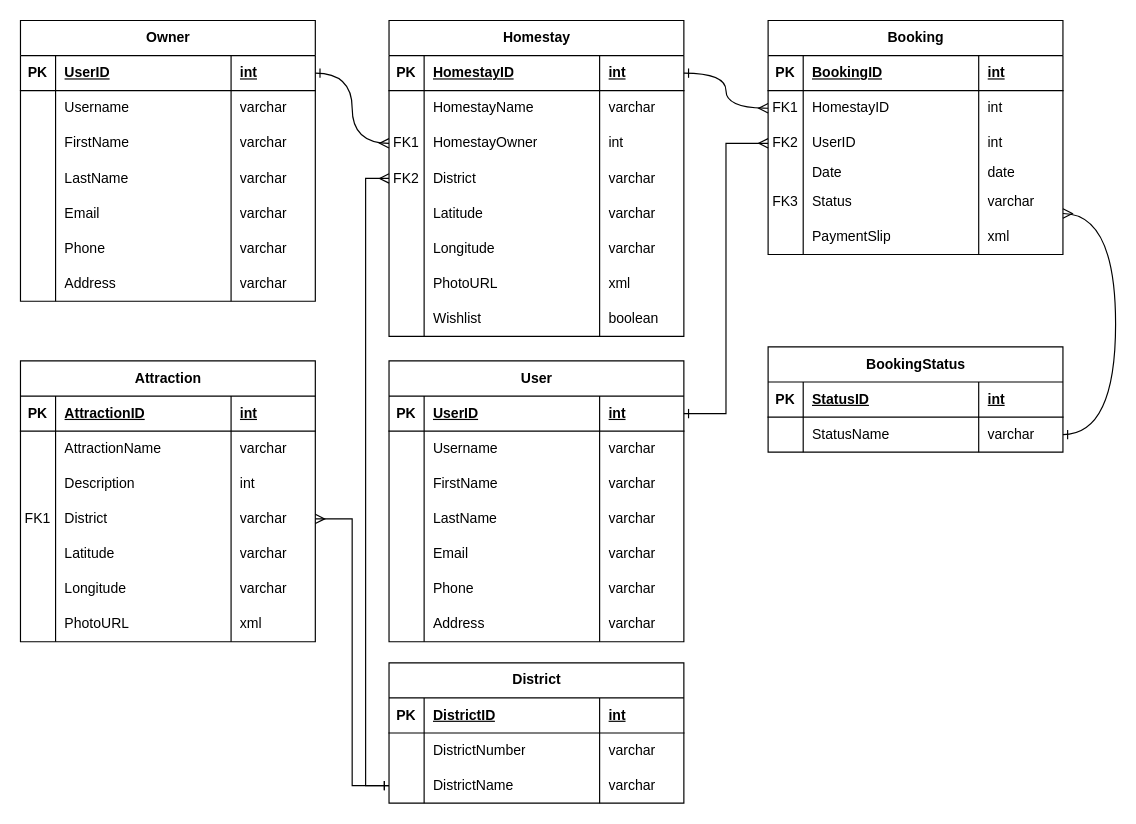
The draw.io diagram Untitled Diagram.drawio in thunwara/BanPinExploreDocument, before the edit. Source tidied: cells renumbered, new cells numbered last; positions are measured from the earlier drawing's top-left corner, leaving out a move shared by most shapes. Both pictures are drawn from the tidied source at 117%, with x=0, y=0 at pixel (20, 20).
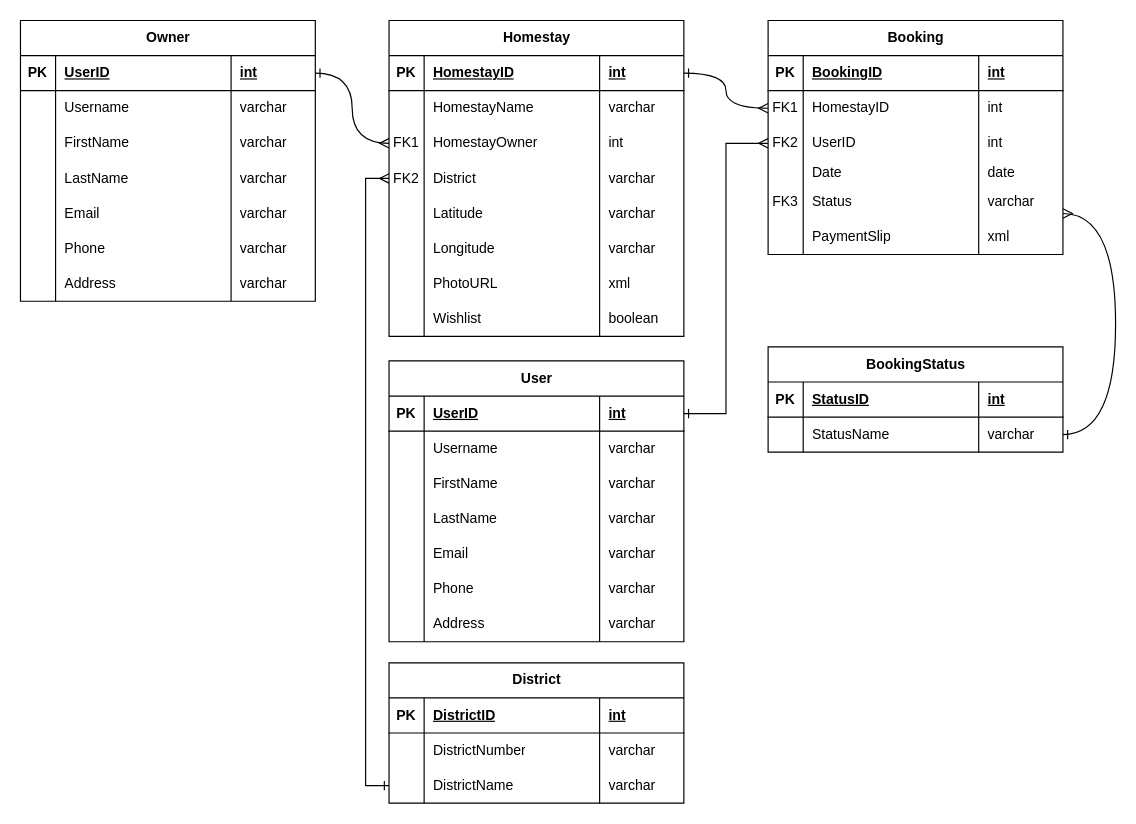
The same diagram, later.

Unchanged cells that the change refers to:
```xml
<mxCell id="100" style="shape=tableRow;horizontal=0;startSize=0;swimlaneHead=0;swimlaneBody=0;fillColor=none;points=[[0,0.5],[1,0.5]];portConstraint=eastwest;top=0;left=0;right=0;bottom=0;" parent="91" vertex="1">
  <mxGeometry y="90" width="252" height="30" as="geometry" />
</mxCell>
```

Change to the diagram source:
```diff
@@
-    <mxCell id="60" value="Attraction" style="shape=table;startSize=30;childLayout=tableLayout;rowLines=0;fontStyle=1;align=center;html=1;" parent="1" vertex="1">
-      <mxGeometry y="291" width="252" height="240" as="geometry" />
-    </mxCell>
-    <mxCell id="61" style="shape=tableRow;horizontal=0;startSize=0;swimlaneHead=0;swimlaneBody=0;fillColor=none;top=0;left=0;right=0;bottom=1;" parent="60" vertex="1">
-      <mxGeometry y="30" width="252" height="30" as="geometry" />
-    </mxCell>
-    <mxCell id="62" value="PK" style="shape=partialRectangle;fillColor=none;top=0;left=0;bottom=0;right=0;fontStyle=1;overflow=hidden;whiteSpace=wrap;html=1;" parent="61" vertex="1">
-      <mxGeometry width="30" height="30" as="geometry" />
-    </mxCell>
-    <mxCell id="63" value="AttractionID" style="shape=partialRectangle;fillColor=none;top=0;left=0;bottom=0;right=0;align=left;spacingLeft=6;fontStyle=5;overflow=hidden;whiteSpace=wrap;html=1;" parent="61" vertex="1">
-      <mxGeometry x="30" width="150" height="30" as="geometry" />
-    </mxCell>
-    <mxCell id="64" value="int" style="shape=partialRectangle;fillColor=none;top=0;left=0;bottom=0;right=0;align=left;spacingLeft=6;fontStyle=5;overflow=hidden;whiteSpace=wrap;html=1;" parent="61" vertex="1">
-      <mxGeometry x="180" width="72" height="30" as="geometry" />
-    </mxCell>
-    <mxCell id="65" style="shape=tableRow;horizontal=0;startSize=0;swimlaneHead=0;swimlaneBody=0;fillColor=none;top=0;left=0;right=0;bottom=0;" parent="60" vertex="1">
-      <mxGeometry y="60" width="252" height="30" as="geometry" />
-    </mxCell>
-    <mxCell id="66" style="shape=partialRectangle;fillColor=none;top=0;left=0;bottom=0;right=0;overflow=hidden;whiteSpace=wrap;html=1;" parent="65" vertex="1">
-      <mxGeometry width="30" height="30" as="geometry" />
-    </mxCell>
-    <mxCell id="67" value="AttractionName" style="shape=partialRectangle;fillColor=none;top=0;left=0;bottom=0;right=0;align=left;spacingLeft=6;overflow=hidden;whiteSpace=wrap;html=1;" parent="65" vertex="1">
-      <mxGeometry x="30" width="150" height="30" as="geometry" />
-    </mxCell>
-    <mxCell id="68" value="varchar" style="shape=partialRectangle;fillColor=none;top=0;left=0;bottom=0;right=0;align=left;spacingLeft=6;overflow=hidden;whiteSpace=wrap;html=1;" parent="65" vertex="1">
-      <mxGeometry x="180" width="72" height="30" as="geometry" />
-    </mxCell>
-    <mxCell id="69" style="shape=tableRow;horizontal=0;startSize=0;swimlaneHead=0;swimlaneBody=0;fillColor=none;top=0;left=0;right=0;bottom=0;" parent="60" vertex="1">
-      <mxGeometry y="90" width="252" height="30" as="geometry" />
-    </mxCell>
-    <mxCell id="70" style="shape=partialRectangle;fillColor=none;top=0;left=0;bottom=0;right=0;overflow=hidden;whiteSpace=wrap;html=1;" parent="69" vertex="1">
-      <mxGeometry width="30" height="30" as="geometry" />
-    </mxCell>
-    <mxCell id="71" value="Description" style="shape=partialRectangle;fillColor=none;top=0;left=0;bottom=0;right=0;align=left;spacingLeft=6;overflow=hidden;whiteSpace=wrap;html=1;" parent="69" vertex="1">
-      <mxGeometry x="30" width="150" height="30" as="geometry" />
-    </mxCell>
-    <mxCell id="72" value="int" style="shape=partialRectangle;fillColor=none;top=0;left=0;bottom=0;right=0;align=left;spacingLeft=6;overflow=hidden;whiteSpace=wrap;html=1;" parent="69" vertex="1">
-      <mxGeometry x="180" width="72" height="30" as="geometry" />
-    </mxCell>
-    <mxCell id="73" style="shape=tableRow;horizontal=0;startSize=0;swimlaneHead=0;swimlaneBody=0;fillColor=none;points=[[0,0.5],[1,0.5]];portConstraint=eastwest;top=0;left=0;right=0;bottom=0;" parent="60" vertex="1">
-      <mxGeometry y="120" width="252" height="30" as="geometry" />
-    </mxCell>
-    <mxCell id="74" value="FK1" style="shape=partialRectangle;fillColor=none;top=0;left=0;bottom=0;right=0;overflow=hidden;whiteSpace=wrap;html=1;" parent="73" vertex="1">
-      <mxGeometry width="30" height="30" as="geometry" />
-    </mxCell>
-    <mxCell id="75" value="District" style="shape=partialRectangle;fillColor=none;top=0;left=0;bottom=0;right=0;align=left;spacingLeft=6;overflow=hidden;whiteSpace=wrap;html=1;" parent="73" vertex="1">
-      <mxGeometry x="30" width="150" height="30" as="geometry" />
-    </mxCell>
-    <mxCell id="76" value="varchar" style="shape=partialRectangle;fillColor=none;top=0;left=0;bottom=0;right=0;align=left;spacingLeft=6;overflow=hidden;whiteSpace=wrap;html=1;" parent="73" vertex="1">
-      <mxGeometry x="180" width="72" height="30" as="geometry" />
-    </mxCell>
-    <mxCell id="77" style="shape=tableRow;horizontal=0;startSize=0;swimlaneHead=0;swimlaneBody=0;fillColor=none;top=0;left=0;right=0;bottom=0;" parent="60" vertex="1">
-      <mxGeometry y="150" width="252" height="30" as="geometry" />
-    </mxCell>
-    <mxCell id="78" style="shape=partialRectangle;fillColor=none;top=0;left=0;bottom=0;right=0;overflow=hidden;whiteSpace=wrap;html=1;" parent="77" vertex="1">
-      <mxGeometry width="30" height="30" as="geometry" />
-    </mxCell>
-    <mxCell id="79" value="Latitude" style="shape=partialRectangle;fillColor=none;top=0;left=0;bottom=0;right=0;align=left;spacingLeft=6;overflow=hidden;whiteSpace=wrap;html=1;" parent="77" vertex="1">
-      <mxGeometry x="30" width="150" height="30" as="geometry" />
-    </mxCell>
-    <mxCell id="80" value="varchar" style="shape=partialRectangle;fillColor=none;top=0;left=0;bottom=0;right=0;align=left;spacingLeft=6;overflow=hidden;whiteSpace=wrap;html=1;" parent="77" vertex="1">
-      <mxGeometry x="180" width="72" height="30" as="geometry" />
-    </mxCell>
-    <mxCell id="81" style="shape=tableRow;horizontal=0;startSize=0;swimlaneHead=0;swimlaneBody=0;fillColor=none;top=0;left=0;right=0;bottom=0;" parent="60" vertex="1">
-      <mxGeometry y="180" width="252" height="30" as="geometry" />
-    </mxCell>
-    <mxCell id="82" style="shape=partialRectangle;fillColor=none;top=0;left=0;bottom=0;right=0;overflow=hidden;whiteSpace=wrap;html=1;" parent="81" vertex="1">
-      <mxGeometry width="30" height="30" as="geometry" />
-    </mxCell>
-    <mxCell id="83" value="Longitude" style="shape=partialRectangle;fillColor=none;top=0;left=0;bottom=0;right=0;align=left;spacingLeft=6;overflow=hidden;whiteSpace=wrap;html=1;" parent="81" vertex="1">
-      <mxGeometry x="30" width="150" height="30" as="geometry" />
-    </mxCell>
-    <mxCell id="84" value="varchar" style="shape=partialRectangle;fillColor=none;top=0;left=0;bottom=0;right=0;align=left;spacingLeft=6;overflow=hidden;whiteSpace=wrap;html=1;" parent="81" vertex="1">
-      <mxGeometry x="180" width="72" height="30" as="geometry" />
-    </mxCell>
-    <mxCell id="85" style="shape=tableRow;horizontal=0;startSize=0;swimlaneHead=0;swimlaneBody=0;fillColor=none;top=0;left=0;right=0;bottom=0;" parent="60" vertex="1">
-      <mxGeometry y="210" width="252" height="30" as="geometry" />
-    </mxCell>
-    <mxCell id="86" style="shape=partialRectangle;fillColor=none;top=0;left=0;bottom=0;right=0;overflow=hidden;whiteSpace=wrap;html=1;" parent="85" vertex="1">
-      <mxGeometry width="30" height="30" as="geometry" />
-    </mxCell>
-    <mxCell id="87" value="PhotoURL" style="shape=partialRectangle;fillColor=none;top=0;left=0;bottom=0;right=0;align=left;spacingLeft=6;overflow=hidden;whiteSpace=wrap;html=1;" parent="85" vertex="1">
-      <mxGeometry x="30" width="150" height="30" as="geometry" />
-    </mxCell>
-    <mxCell id="88" value="xml" style="shape=partialRectangle;fillColor=none;top=0;left=0;bottom=0;right=0;align=left;spacingLeft=6;overflow=hidden;whiteSpace=wrap;html=1;" parent="85" vertex="1">
-      <mxGeometry x="180" width="72" height="30" as="geometry" />
-    </mxCell>
@@
-    <mxCell id="104" style="edgeStyle=orthogonalEdgeStyle;rounded=0;jettySize=auto;html=1;curved=0;endArrow=ERmany;endFill=0;startArrow=ERone;startFill=0;exitX=0;exitY=0.5;exitDx=0;exitDy=0;" parent="1" edge="1" source="100" target="73">
-      <mxGeometry relative="1" as="geometry" />
-    </mxCell>
```
